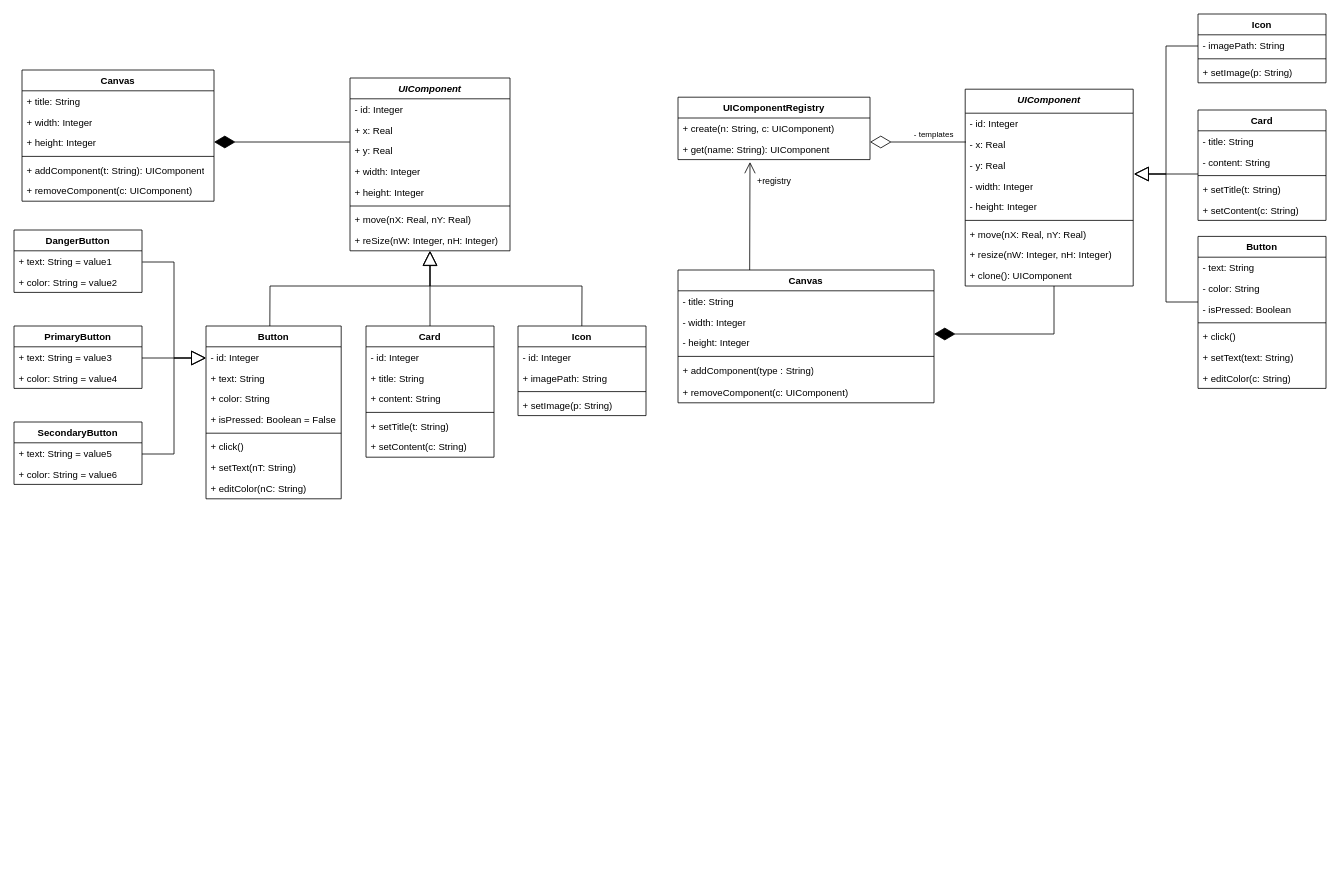
Before: lab01/Diagrams/OOAP2_Lab1.drawio in Squizly/Object-oriented-analysis-and-design-2, a draw.io diagram. Source tidied: cells renumbered, new cells numbered last; positions are measured from the earlier drawing's top-left corner, leaving out a move shared by most shapes. Both pictures are drawn from the tidied source at 80%, with x=0, y=0 at pixel (14, 14).
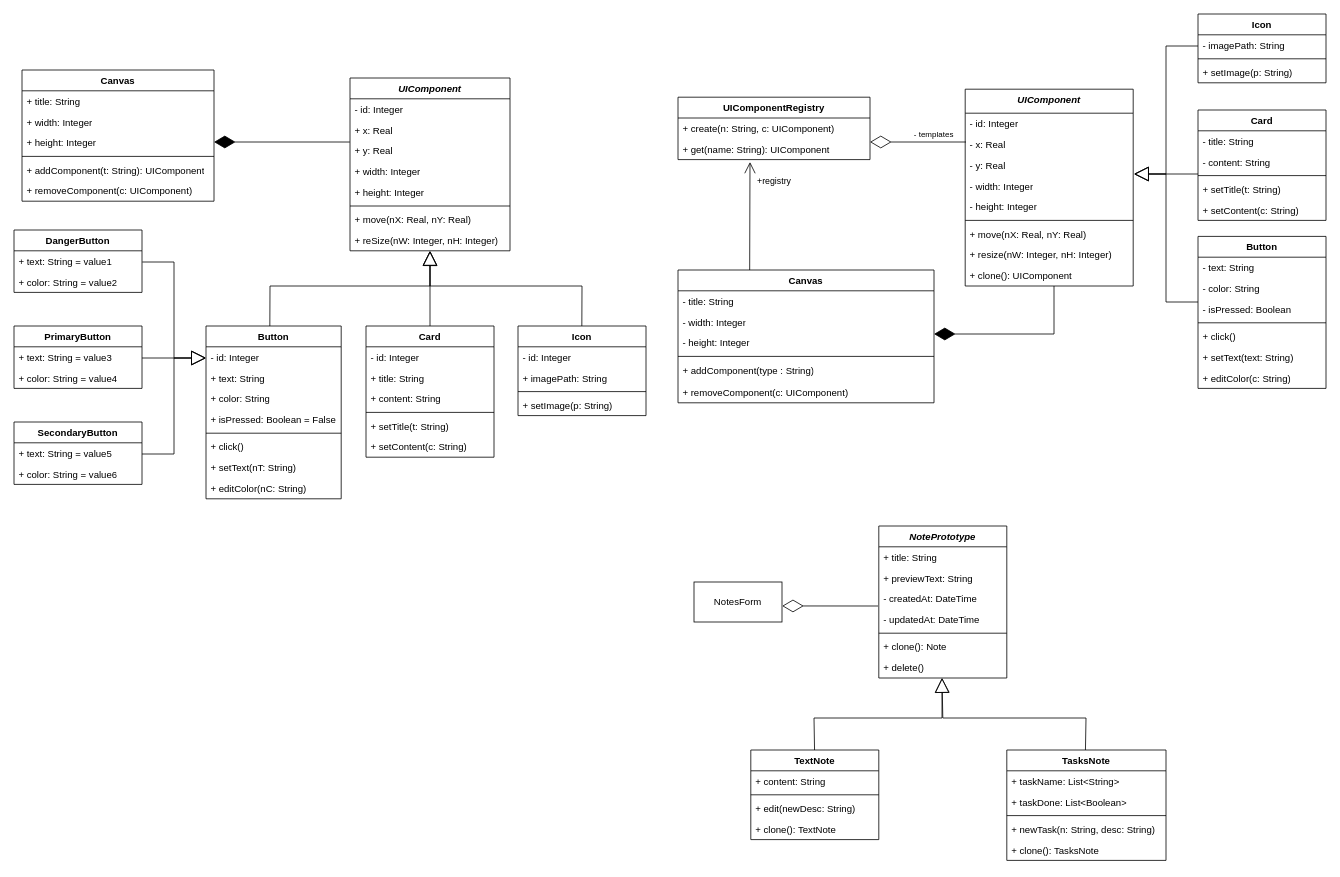
The same page after the edit.

Diff of the diagram source:
```diff
@@
+    <mxCell id="101" value="&lt;i&gt;NotePrototype&lt;/i&gt;" style="swimlane;fontStyle=1;align=center;verticalAlign=top;horizontal=1;startSize=26;whiteSpace=wrap;html=1;" parent="1" vertex="1">
+      <mxGeometry x="1081" y="640" width="160" height="190" as="geometry" />
+    </mxCell>
+    <mxCell id="102" value="+ title: String" style="text;strokeColor=none;fillColor=none;align=left;verticalAlign=top;spacingLeft=4;spacingRight=4;overflow=hidden;whiteSpace=wrap;html=1;" parent="101" vertex="1">
+      <mxGeometry y="26" width="160" height="26" as="geometry" />
+    </mxCell>
+    <mxCell id="103" value="+ previewText: String" style="text;strokeColor=none;fillColor=none;align=left;verticalAlign=top;spacingLeft=4;spacingRight=4;overflow=hidden;whiteSpace=wrap;html=1;" parent="101" vertex="1">
+      <mxGeometry y="52" width="160" height="26" as="geometry" />
+    </mxCell>
+    <mxCell id="104" value="- createdAt: DateTime" style="text;strokeColor=none;fillColor=none;align=left;verticalAlign=top;spacingLeft=4;spacingRight=4;overflow=hidden;whiteSpace=wrap;html=1;" parent="101" vertex="1">
+      <mxGeometry y="78" width="160" height="26" as="geometry" />
+    </mxCell>
+    <mxCell id="105" value="- updatedAt: DateTime" style="text;strokeColor=none;fillColor=none;align=left;verticalAlign=top;spacingLeft=4;spacingRight=4;overflow=hidden;whiteSpace=wrap;html=1;" parent="101" vertex="1">
+      <mxGeometry y="104" width="160" height="26" as="geometry" />
+    </mxCell>
+    <mxCell id="106" style="line;strokeWidth=1;fillColor=none;align=left;verticalAlign=middle;spacingTop=-1;spacingLeft=3;spacingRight=3;labelPosition=right;strokeColor=inherit;" parent="101" vertex="1">
+      <mxGeometry y="130" width="160" height="8" as="geometry" />
+    </mxCell>
+    <mxCell id="107" value="+ clone(): Note" style="text;strokeColor=none;fillColor=none;align=left;verticalAlign=top;spacingLeft=4;spacingRight=4;overflow=hidden;whiteSpace=wrap;html=1;" parent="101" vertex="1">
+      <mxGeometry y="138" width="160" height="26" as="geometry" />
+    </mxCell>
+    <mxCell id="108" value="+ delete()" style="text;strokeColor=none;fillColor=none;align=left;verticalAlign=top;spacingLeft=4;spacingRight=4;overflow=hidden;points=[[0,0.5],[1,0.5]];portConstraint=eastwest;whiteSpace=wrap;html=1;" parent="101" vertex="1">
+      <mxGeometry y="164" width="160" height="26" as="geometry" />
+    </mxCell>
+    <mxCell id="109" value="TextNote" style="swimlane;fontStyle=1;align=center;verticalAlign=top;horizontal=1;startSize=26;whiteSpace=wrap;html=1;" parent="1" vertex="1">
+      <mxGeometry x="921" y="920" width="160" height="112" as="geometry" />
+    </mxCell>
+    <mxCell id="110" value="+ content: String" style="text;strokeColor=none;fillColor=none;align=left;verticalAlign=top;spacingLeft=4;spacingRight=4;overflow=hidden;whiteSpace=wrap;html=1;" parent="109" vertex="1">
+      <mxGeometry y="26" width="160" height="26" as="geometry" />
+    </mxCell>
+    <mxCell id="111" style="line;strokeWidth=1;fillColor=none;align=left;verticalAlign=middle;spacingTop=-1;spacingLeft=3;spacingRight=3;labelPosition=right;strokeColor=inherit;" parent="109" vertex="1">
+      <mxGeometry y="52" width="160" height="8" as="geometry" />
+    </mxCell>
+    <mxCell id="112" value="+ edit(newDesc: String)" style="text;strokeColor=none;fillColor=none;align=left;verticalAlign=top;spacingLeft=4;spacingRight=4;overflow=hidden;whiteSpace=wrap;html=1;" parent="109" vertex="1">
+      <mxGeometry y="60" width="160" height="26" as="geometry" />
+    </mxCell>
+    <mxCell id="113" value="+ clone(): TextNote" style="text;strokeColor=none;fillColor=none;align=left;verticalAlign=top;spacingLeft=4;spacingRight=4;overflow=hidden;whiteSpace=wrap;html=1;" parent="109" vertex="1">
+      <mxGeometry y="86" width="160" height="26" as="geometry" />
+    </mxCell>
+    <mxCell id="114" value="TasksNote" style="swimlane;fontStyle=1;align=center;verticalAlign=top;horizontal=1;startSize=26;whiteSpace=wrap;html=1;" parent="1" vertex="1">
+      <mxGeometry x="1241" y="920" width="199" height="138" as="geometry" />
+    </mxCell>
+    <mxCell id="115" value="+ taskName: List&amp;lt;String&amp;gt;" style="text;strokeColor=none;fillColor=none;align=left;verticalAlign=top;spacingLeft=4;spacingRight=4;overflow=hidden;whiteSpace=wrap;html=1;" parent="114" vertex="1">
+      <mxGeometry y="26" width="199" height="26" as="geometry" />
+    </mxCell>
+    <mxCell id="116" value="+ taskDone: List&amp;lt;Boolean&amp;gt;" style="text;strokeColor=none;fillColor=none;align=left;verticalAlign=top;spacingLeft=4;spacingRight=4;overflow=hidden;whiteSpace=wrap;html=1;" parent="114" vertex="1">
+      <mxGeometry y="52" width="199" height="26" as="geometry" />
+    </mxCell>
+    <mxCell id="117" style="line;strokeWidth=1;fillColor=none;align=left;verticalAlign=middle;spacingTop=-1;spacingLeft=3;spacingRight=3;labelPosition=right;strokeColor=inherit;" parent="114" vertex="1">
+      <mxGeometry y="78" width="199" height="8" as="geometry" />
+    </mxCell>
+    <mxCell id="118" value="+ newTask(n: String, desc: String)" style="text;strokeColor=none;fillColor=none;align=left;verticalAlign=top;spacingLeft=4;spacingRight=4;overflow=hidden;whiteSpace=wrap;html=1;" parent="114" vertex="1">
+      <mxGeometry y="86" width="199" height="26" as="geometry" />
+    </mxCell>
+    <mxCell id="119" value="+ clone(): TasksNote" style="text;strokeColor=none;fillColor=none;align=left;verticalAlign=top;spacingLeft=4;spacingRight=4;overflow=hidden;whiteSpace=wrap;html=1;" parent="114" vertex="1">
+      <mxGeometry y="112" width="199" height="26" as="geometry" />
+    </mxCell>
+    <mxCell id="120" style="endArrow=block;endSize=16;endFill=0;html=1;rounded=0;" parent="1" edge="1">
+      <mxGeometry relative="1" as="geometry">
+        <mxPoint x="1000.7" y="920" as="sourcePoint" />
+        <mxPoint x="1160" y="830" as="targetPoint" />
+        <Array as="points">
+          <mxPoint x="1000" y="880" />
+          <mxPoint x="1160" y="880" />
+        </Array>
+      </mxGeometry>
+    </mxCell>
+    <mxCell id="121" style="endArrow=block;endSize=16;endFill=0;html=1;rounded=0;entryX=0.494;entryY=0.997;entryDx=0;entryDy=0;entryPerimeter=0;exitX=0.494;exitY=0;exitDx=0;exitDy=0;exitPerimeter=0;" parent="1" edge="1" source="114" target="108">
+      <mxGeometry relative="1" as="geometry">
+        <Array as="points">
+          <mxPoint x="1340" y="880" />
+          <mxPoint x="1161" y="880" />
+        </Array>
+      </mxGeometry>
+    </mxCell>
+    <mxCell id="122" value="NotesForm" style="html=1;whiteSpace=wrap;" parent="1" vertex="1">
+      <mxGeometry x="850" y="710" width="110" height="50" as="geometry" />
+    </mxCell>
+    <mxCell id="123" style="endArrow=diamondThin;endFill=0;endSize=24;html=1;rounded=0;entryX=1.002;entryY=0.599;entryDx=0;entryDy=0;entryPerimeter=0;" parent="1" edge="1" target="122">
+      <mxGeometry relative="1" as="geometry">
+        <mxPoint x="1080" y="740" as="sourcePoint" />
+      </mxGeometry>
+    </mxCell>
```
